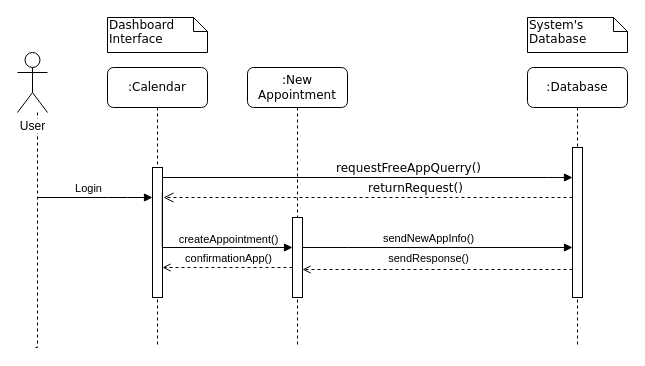
The draw.io diagram Diagrams/Sequence Diagrams/SEQ_05-6-7_Approve / Reject / Reschedule Appointment.drawio in kkasharaj17/SE-project, before the edit. Source tidied: cells renumbered, new cells numbered last; positions are measured from the earlier drawing's top-left corner, leaving out a move shared by most shapes. Both pictures are drawn from the tidied source at 100%, with x=0, y=0 at pixel (17, 17).
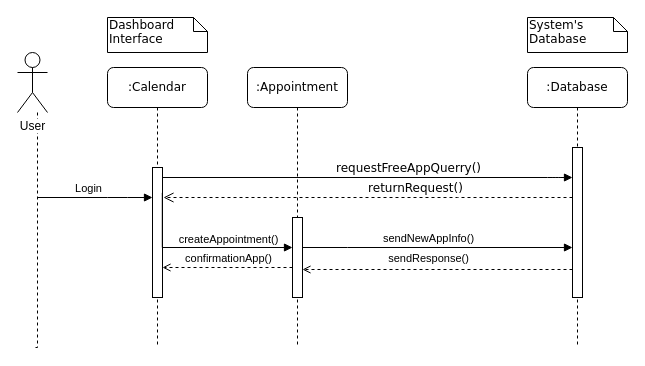
Above is the later version.

Commit message:
Update SEQ_05-6-7_Approve / Reject / Reschedule Appointment.drawio

What changed in the source:
```diff
@@
-    <mxCell id="2" value=":New Appointment" style="shape=umlLifeline;perimeter=lifelinePerimeter;whiteSpace=wrap;html=1;rounded=1;shadow=0;comic=0;labelBackgroundColor=none;strokeWidth=1;fontFamily=Verdana;fontSize=12;align=center;" parent="1" vertex="1">
+    <mxCell id="2" value=":Appointment" style="shape=umlLifeline;perimeter=lifelinePerimeter;whiteSpace=wrap;html=1;rounded=1;shadow=0;comic=0;labelBackgroundColor=none;strokeWidth=1;fontFamily=Verdana;fontSize=12;align=center;" parent="1" vertex="1">
       <mxGeometry x="230" y="50" width="100" height="280" as="geometry" />
     </mxCell>
```
